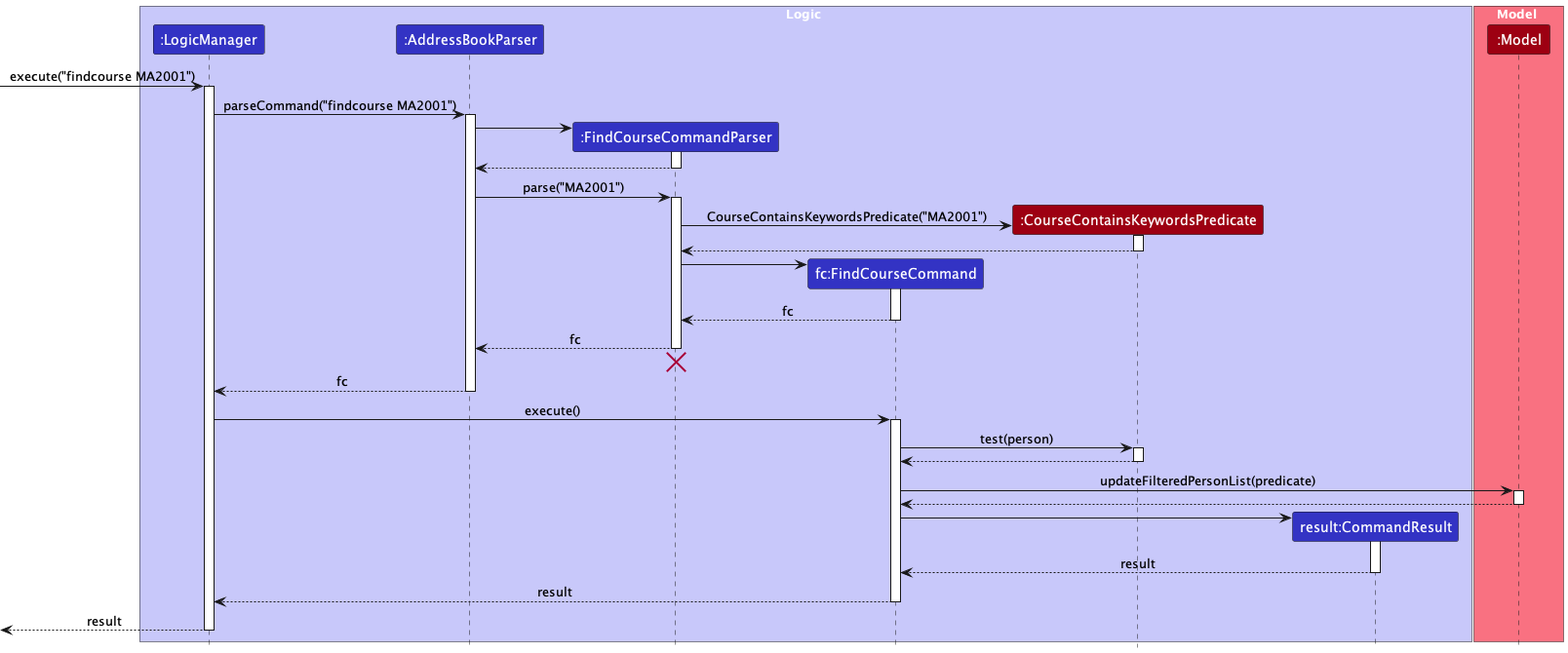
tanteckfang/tp keeps this PlantUML diagram as docs/images/FindcourseSequenceDiagram.png. Above is the earlier version.
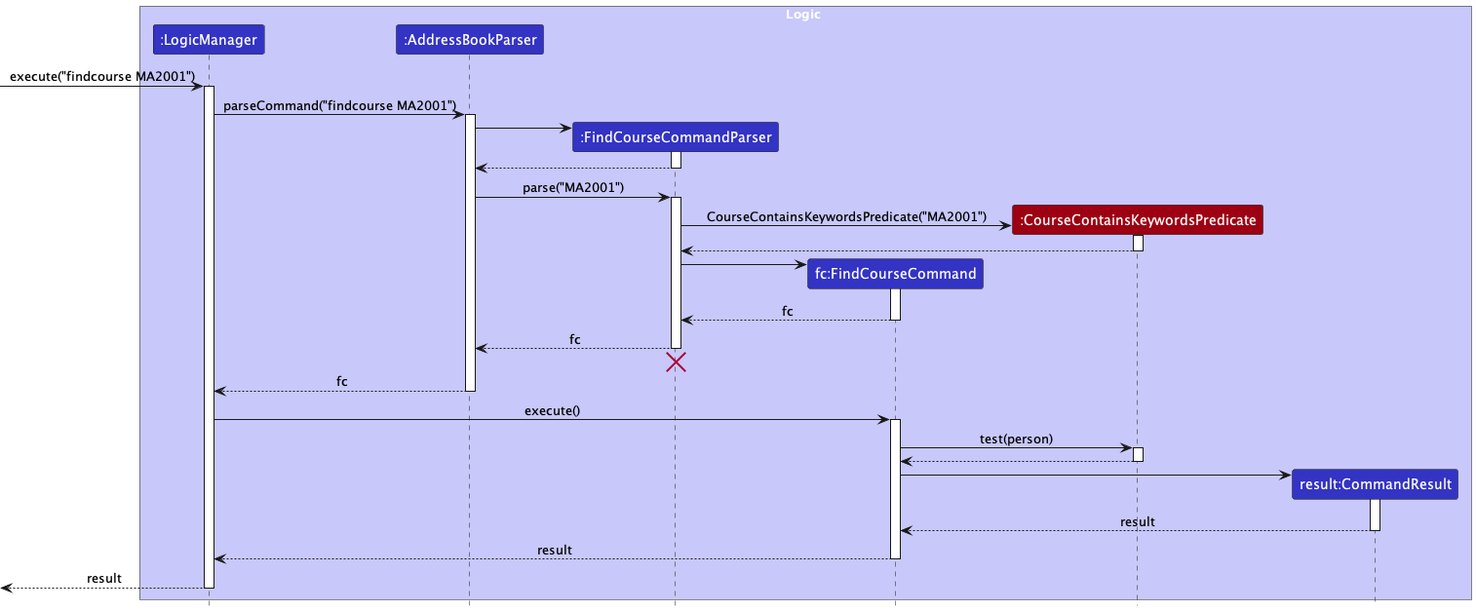
The same file after the commit.

Commit message:
edited findcourse and findstudent sequence diagram

The edit, as a diff of the source:
```diff
@@ -11,10 +11,6 @@
 participant "result:CommandResult" as CommandResult LOGIC_COLOR
 end box
 
-box Model MODEL_COLOR_T1
-participant ":Model" as Model MODEL_COLOR
-
-end box
 
 [-> LogicManager : execute("findcourse MA2001")
 activate LogicManager
@@ -63,11 +59,6 @@
 CoursePredicate --> FindCourseCommand
 deactivate CoursePredicate
 
-FindCourseCommand -> Model : updateFilteredPersonList(predicate)
-activate Model
-
-Model --> FindCourseCommand
-deactivate Model
 
 create CommandResult
 FindCourseCommand -> CommandResult
```
